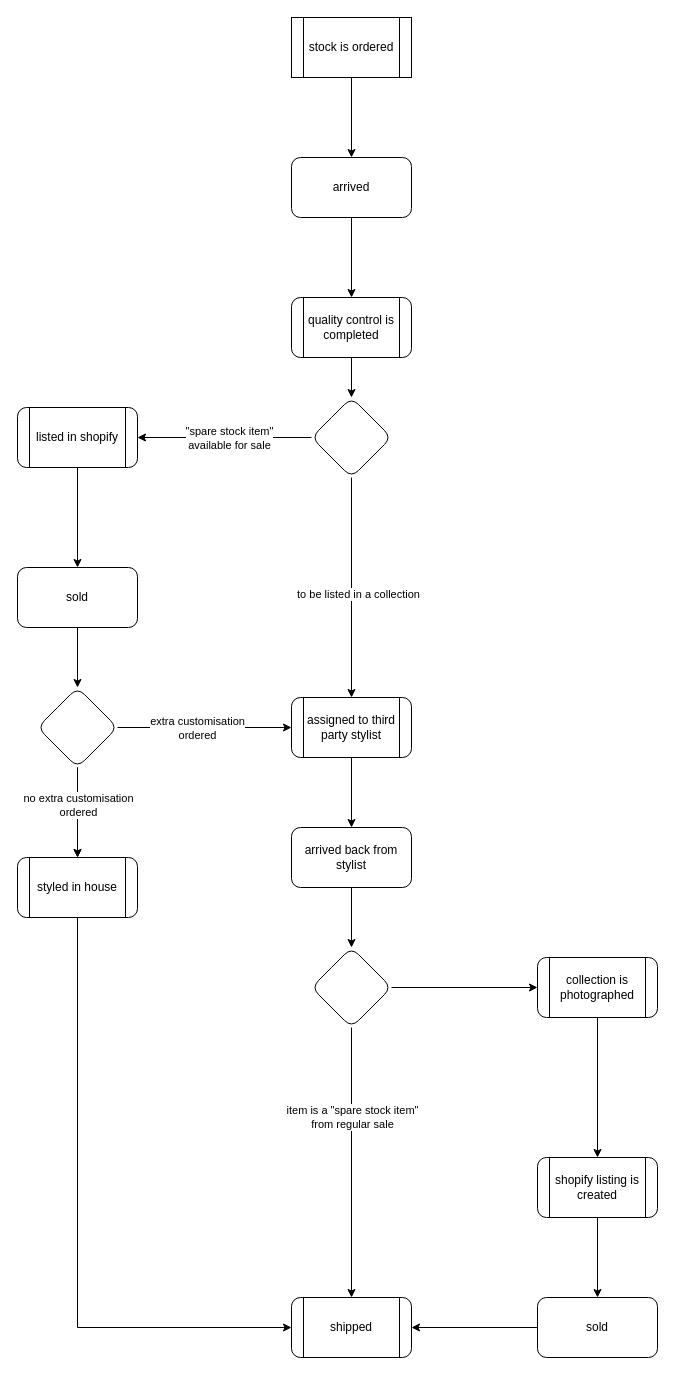
glassesarms/lusta-slms keeps this draw.io diagram as lusta-stock-lifecycle.drawio. Above is the earlier version. Source tidied: cells renumbered, new cells numbered last; positions are measured from the earlier drawing's top-left corner, leaving out a move shared by most shapes. Both pictures are drawn from the tidied source at 100%, with x=0, y=0 at pixel (17, 17).
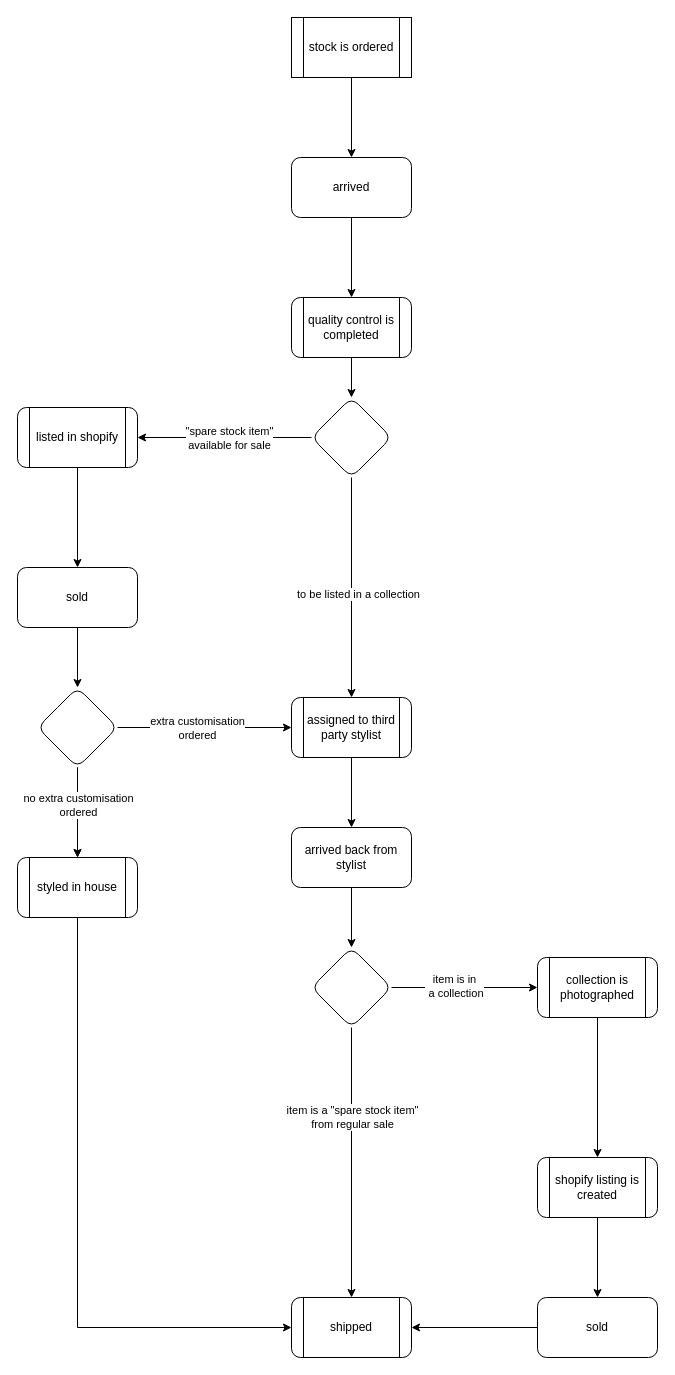
The same page after the edit.

Unchanged cells that the change refers to:
```xml
<mxCell id="30" style="edgeStyle=orthogonalEdgeStyle;rounded=0;jettySize=auto;html=1;" parent="1" edge="1" source="31" target="33">
  <mxGeometry relative="1" as="geometry" />
</mxCell>
```

The edit, as a diff of the source:
```diff
@@
+    <mxCell id="40" value="item is in&lt;div&gt;&amp;nbsp;a collection&lt;/div&gt;" style="edgeLabel;html=1;align=center;verticalAlign=middle;" parent="30" vertex="1">
+      <mxGeometry x="-0.15" y="1" relative="1" as="geometry">
+        <mxPoint y="-1" as="offset" />
+      </mxGeometry>
+    </mxCell>
```
